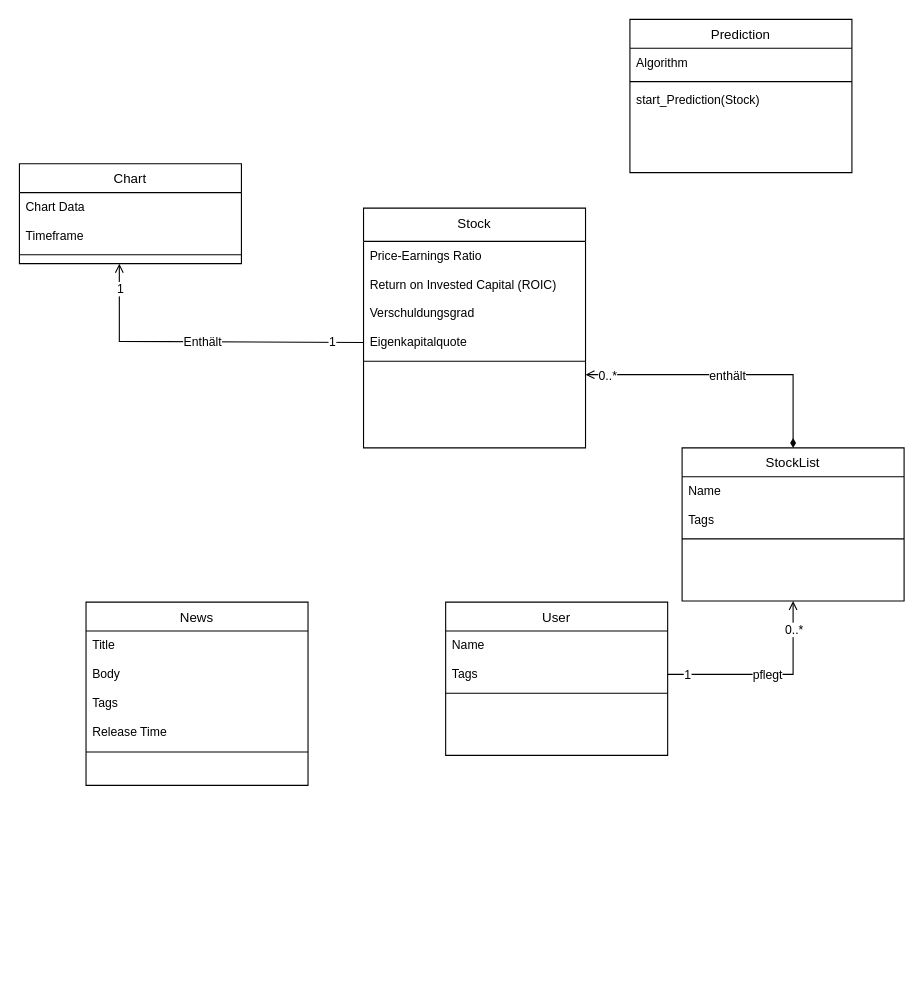
This is Quantum.drawio from lmaos-code/Quantum, a draw.io file, before an edit. Source tidied: cells renumbered, new cells numbered last; positions are measured from the earlier drawing's top-left corner, leaving out a move shared by most shapes. Both pictures are drawn from the tidied source at 111%, with x=0, y=0 at pixel (19, 19).
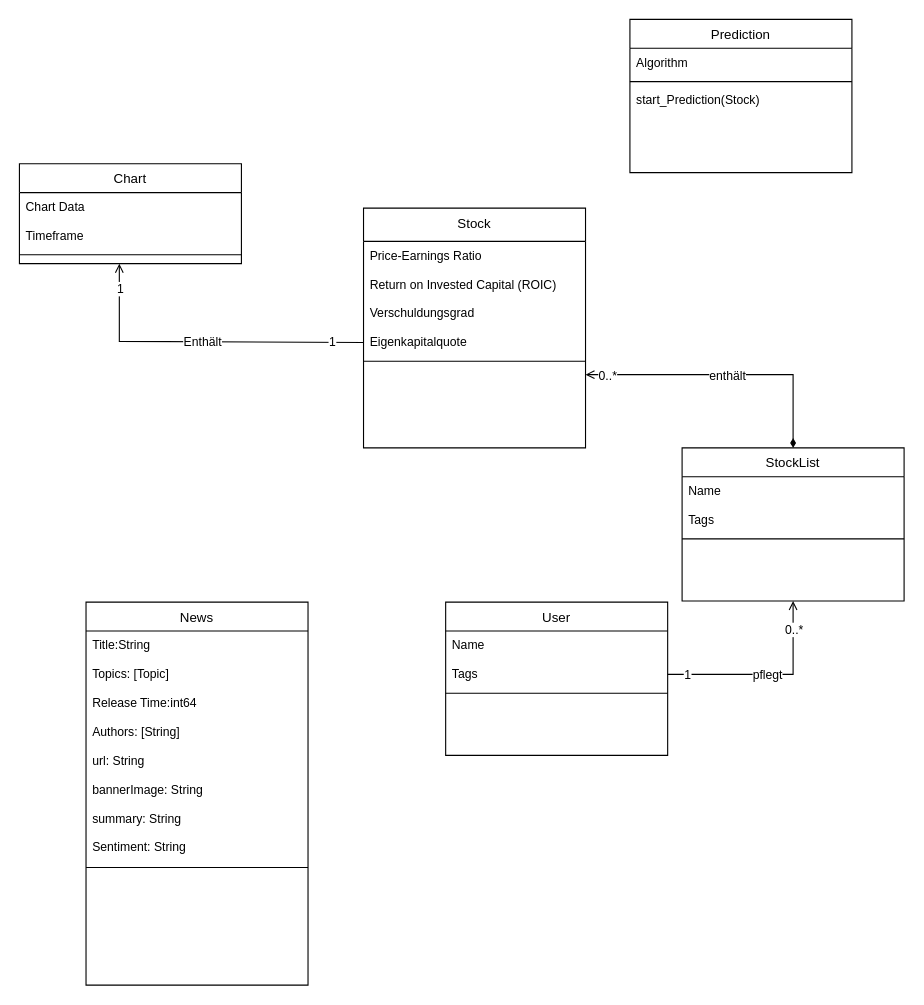
The same page after the edit.

Change to the diagram source:
```diff
@@
     <mxCell id="16" value="News" style="swimlane;fontStyle=0;align=center;verticalAlign=top;horizontal=1;startSize=26;rounded=0;shadow=0;strokeWidth=1;" parent="1" vertex="1">
-      <mxGeometry x="60" y="525" width="200" height="165" as="geometry" />
+      <mxGeometry x="60" y="525" width="200" height="345" as="geometry" />
     </mxCell>
-    <mxCell id="17" value="Title" style="text;align=left;verticalAlign=top;spacingLeft=4;spacingRight=4;overflow=hidden;fontSize=11;" parent="16" vertex="1">
+    <mxCell id="17" value="Title:String" style="text;align=left;verticalAlign=top;spacingLeft=4;spacingRight=4;overflow=hidden;fontSize=11;" parent="16" vertex="1">
       <mxGeometry y="26" width="200" height="26" as="geometry" />
     </mxCell>
-    <mxCell id="18" value="Body" style="text;align=left;verticalAlign=top;spacingLeft=4;spacingRight=4;overflow=hidden;fontSize=11;" parent="16" vertex="1">
-      <mxGeometry y="52" width="200" height="26" as="geometry" />
-    </mxCell>
-    <mxCell id="19" value="Tags" style="text;align=left;verticalAlign=top;spacingLeft=4;spacingRight=4;overflow=hidden;fontSize=11;" parent="16" vertex="1">
-      <mxGeometry y="78" width="200" height="26" as="geometry" />
+    <mxCell id="19" value="Topics: [Topic]" style="text;align=left;verticalAlign=top;spacingLeft=4;spacingRight=4;overflow=hidden;fontSize=11;" parent="16" vertex="1">
+      <mxGeometry y="52" width="200" height="26" as="geometry" />
     </mxCell>
-    <mxCell id="20" value="Release Time" style="text;align=left;verticalAlign=top;spacingLeft=4;spacingRight=4;overflow=hidden;fontSize=11;" parent="16" vertex="1">
-      <mxGeometry y="104" width="200" height="26" as="geometry" />
+    <mxCell id="20" value="Release Time:int64" style="text;align=left;verticalAlign=top;spacingLeft=4;spacingRight=4;overflow=hidden;fontSize=11;" parent="16" vertex="1">
+      <mxGeometry y="78" width="200" height="26" as="geometry" />
     </mxCell>
+    <mxCell id="41" value="Authors: [String]" style="text;align=left;verticalAlign=top;spacingLeft=4;spacingRight=4;overflow=hidden;fontSize=11;" parent="16" vertex="1">
+      <mxGeometry y="104" width="200" height="26" as="geometry" />
+    </mxCell>
+    <mxCell id="42" value="url: String" style="text;align=left;verticalAlign=top;spacingLeft=4;spacingRight=4;overflow=hidden;fontSize=11;" parent="16" vertex="1">
+      <mxGeometry y="130" width="200" height="26" as="geometry" />
+    </mxCell>
+    <mxCell id="43" value="bannerImage: String" style="text;align=left;verticalAlign=top;spacingLeft=4;spacingRight=4;overflow=hidden;fontSize=11;" parent="16" vertex="1">
+      <mxGeometry y="156" width="200" height="26" as="geometry" />
+    </mxCell>
+    <mxCell id="44" value="summary: String" style="text;align=left;verticalAlign=top;spacingLeft=4;spacingRight=4;overflow=hidden;fontSize=11;" parent="16" vertex="1">
+      <mxGeometry y="182" width="200" height="26" as="geometry" />
+    </mxCell>
+    <mxCell id="45" value="Sentiment: String" style="text;align=left;verticalAlign=top;spacingLeft=4;spacingRight=4;overflow=hidden;fontSize=11;" parent="16" vertex="1">
+      <mxGeometry y="208" width="200" height="26" as="geometry" />
+    </mxCell>
     <mxCell id="21" style="line;html=1;strokeWidth=1;align=left;verticalAlign=middle;spacingTop=-1;spacingLeft=3;spacingRight=3;labelPosition=right;" parent="16" vertex="1">
-      <mxGeometry y="130" width="200" height="10" as="geometry" />
+      <mxGeometry y="234" width="200" height="10" as="geometry" />
     </mxCell>
```
